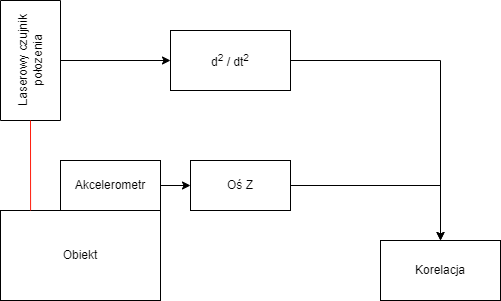
Above: dokumentacja/assets/wibro1.drawio.png in LynxLynxx/wibro (draw.io), before the change. Source tidied: cells renumbered, new cells last; positions are measured from the earlier drawing's top-left corner, leaving out a move shared by most shapes. Source of this version:
```xml
<mxGraphModel>
  <root>
    <mxCell id="0" />
    <mxCell id="1" parent="0" />
    <mxCell id="2" value="Obiekt" style="rounded=0;whiteSpace=wrap;html=1;" parent="1" vertex="1">
      <mxGeometry x="30" y="180" width="160" height="90" as="geometry" />
    </mxCell>
    <mxCell id="3" style="edgeStyle=orthogonalEdgeStyle;rounded=0;jettySize=auto;html=1;strokeColor=#000000;" parent="1" edge="1" source="4" target="10">
      <mxGeometry relative="1" as="geometry" />
    </mxCell>
    <mxCell id="4" value="Akcelerometr" style="rounded=0;whiteSpace=wrap;html=1;" parent="1" vertex="1">
      <mxGeometry x="90" y="130" width="100" height="50" as="geometry" />
    </mxCell>
    <mxCell id="5" style="edgeStyle=orthogonalEdgeStyle;rounded=0;jettySize=auto;html=1;strokeColor=#000000;" parent="1" edge="1" source="6" target="9">
      <mxGeometry relative="1" as="geometry" />
    </mxCell>
    <mxCell id="6" value="Laserowy czujnik połozenia" style="rounded=0;whiteSpace=wrap;html=1;rotation=-90;" parent="1" vertex="1">
      <mxGeometry width="120" height="60" as="geometry" />
    </mxCell>
    <mxCell id="7" style="endArrow=none;html=1;rounded=0;entryX=0;entryY=0.5;entryDx=0;entryDy=0;exitX=0.188;exitY=0;exitDx=0;exitDy=0;exitPerimeter=0;strokeColor=#FF1D0D;" parent="1" edge="1" source="2" target="6">
      <mxGeometry relative="1" as="geometry" />
    </mxCell>
    <mxCell id="8" style="edgeStyle=orthogonalEdgeStyle;rounded=0;jettySize=auto;html=1;strokeColor=#000000;" parent="1" edge="1" source="9" target="11">
      <mxGeometry relative="1" as="geometry" />
    </mxCell>
    <mxCell id="9" value="d&lt;sup&gt;2&lt;/sup&gt;&amp;nbsp;/ dt&lt;sup&gt;2&lt;/sup&gt;" style="whiteSpace=wrap;html=1;rounded=0;" parent="1" vertex="1">
      <mxGeometry x="200" width="120" height="60" as="geometry" />
    </mxCell>
    <mxCell id="10" value="Oś Z" style="rounded=0;whiteSpace=wrap;html=1;" parent="1" vertex="1">
      <mxGeometry x="220" y="130" width="100" height="50" as="geometry" />
    </mxCell>
    <mxCell id="11" value="Korelacja" style="whiteSpace=wrap;html=1;rounded=0;" parent="1" vertex="1">
      <mxGeometry x="410" y="210" width="120" height="60" as="geometry" />
    </mxCell>
    <mxCell id="12" style="endArrow=classic;html=1;rounded=0;strokeColor=#000000;exitX=1;exitY=0.5;exitDx=0;exitDy=0;entryX=0.5;entryY=0;entryDx=0;entryDy=0;edgeStyle=orthogonalEdgeStyle;" parent="1" edge="1" source="10" target="11">
      <mxGeometry relative="1" as="geometry" />
    </mxCell>
  </root>
</mxGraphModel>
```
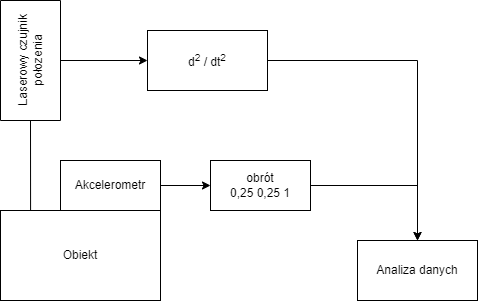
Later version of the same file.

What changed in the source:
```diff
@@ -3,21 +3,21 @@
     <mxCell id="0" />
     <mxCell id="1" parent="0" />
     <mxCell id="2" value="Obiekt" style="rounded=0;whiteSpace=wrap;html=1;" parent="1" vertex="1">
-      <mxGeometry x="30" y="180" width="160" height="90" as="geometry" />
+      <mxGeometry x="53" y="180" width="160" height="90" as="geometry" />
     </mxCell>
     <mxCell id="3" style="edgeStyle=orthogonalEdgeStyle;rounded=0;jettySize=auto;html=1;strokeColor=#000000;" parent="1" edge="1" source="4" target="10">
       <mxGeometry relative="1" as="geometry" />
     </mxCell>
     <mxCell id="4" value="Akcelerometr" style="rounded=0;whiteSpace=wrap;html=1;" parent="1" vertex="1">
-      <mxGeometry x="90" y="130" width="100" height="50" as="geometry" />
+      <mxGeometry x="113" y="130" width="100" height="50" as="geometry" />
     </mxCell>
     <mxCell id="5" style="edgeStyle=orthogonalEdgeStyle;rounded=0;jettySize=auto;html=1;strokeColor=#000000;" parent="1" edge="1" source="6" target="9">
       <mxGeometry relative="1" as="geometry" />
     </mxCell>
     <mxCell id="6" value="Laserowy czujnik połozenia" style="rounded=0;whiteSpace=wrap;html=1;rotation=-90;" parent="1" vertex="1">
-      <mxGeometry width="120" height="60" as="geometry" />
+      <mxGeometry x="23" width="120" height="60" as="geometry" />
     </mxCell>
-    <mxCell id="7" style="endArrow=none;html=1;rounded=0;entryX=0;entryY=0.5;entryDx=0;entryDy=0;exitX=0.188;exitY=0;exitDx=0;exitDy=0;exitPerimeter=0;strokeColor=#FF1D0D;" parent="1" edge="1" source="2" target="6">
+    <mxCell id="7" style="endArrow=none;html=1;rounded=0;entryX=0;entryY=0.5;entryDx=0;entryDy=0;exitX=0.188;exitY=0;exitDx=0;exitDy=0;exitPerimeter=0;strokeColor=#000000;" parent="1" edge="1" source="2" target="6">
       <mxGeometry relative="1" as="geometry" />
     </mxCell>
     <mxCell id="8" style="edgeStyle=orthogonalEdgeStyle;rounded=0;jettySize=auto;html=1;strokeColor=#000000;" parent="1" edge="1" source="9" target="11">
@@ -26,10 +26,10 @@
     <mxCell id="9" value="d&lt;sup&gt;2&lt;/sup&gt;&amp;nbsp;/ dt&lt;sup&gt;2&lt;/sup&gt;" style="whiteSpace=wrap;html=1;rounded=0;" parent="1" vertex="1">
       <mxGeometry x="200" width="120" height="60" as="geometry" />
     </mxCell>
-    <mxCell id="10" value="Oś Z" style="rounded=0;whiteSpace=wrap;html=1;" parent="1" vertex="1">
-      <mxGeometry x="220" y="130" width="100" height="50" as="geometry" />
+    <mxCell id="10" value="obrót&lt;br&gt;0,25 0,25 1" style="rounded=0;whiteSpace=wrap;html=1;" parent="1" vertex="1">
+      <mxGeometry x="263" y="130" width="100" height="50" as="geometry" />
     </mxCell>
-    <mxCell id="11" value="Korelacja" style="whiteSpace=wrap;html=1;rounded=0;" parent="1" vertex="1">
+    <mxCell id="11" value="Analiza danych" style="whiteSpace=wrap;html=1;rounded=0;" parent="1" vertex="1">
       <mxGeometry x="410" y="210" width="120" height="60" as="geometry" />
     </mxCell>
     <mxCell id="12" style="endArrow=classic;html=1;rounded=0;strokeColor=#000000;exitX=1;exitY=0.5;exitDx=0;exitDy=0;entryX=0.5;entryY=0;entryDx=0;entryDy=0;edgeStyle=orthogonalEdgeStyle;" parent="1" edge="1" source="10" target="11">
```
